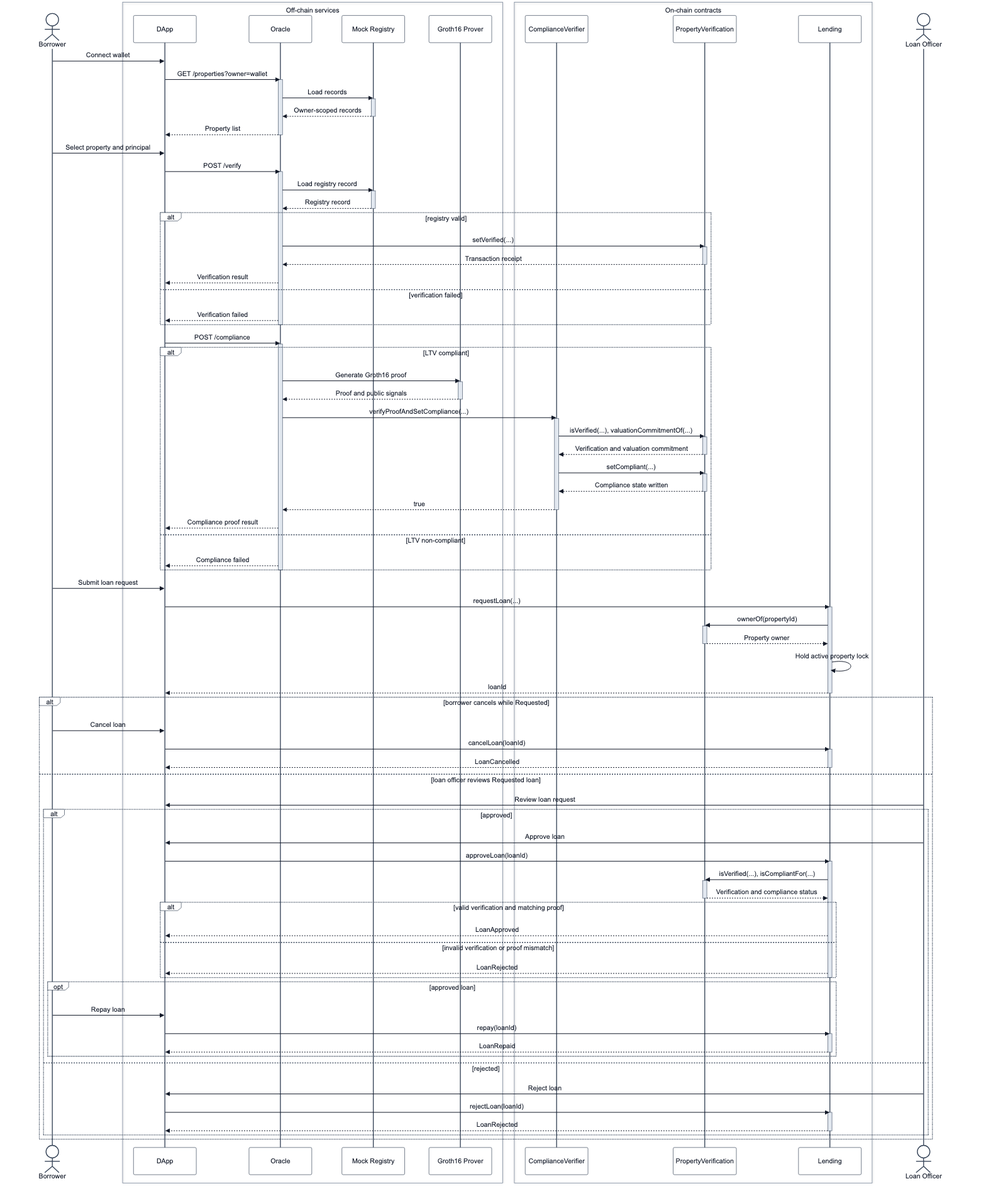
The Mermaid diagram docs/figures/05-end-to-end-data-flow.png in Alan42x/proofestate, before a commit. Its source is kept beside it as docs/figures/05-end-to-end-data-flow.mmd.
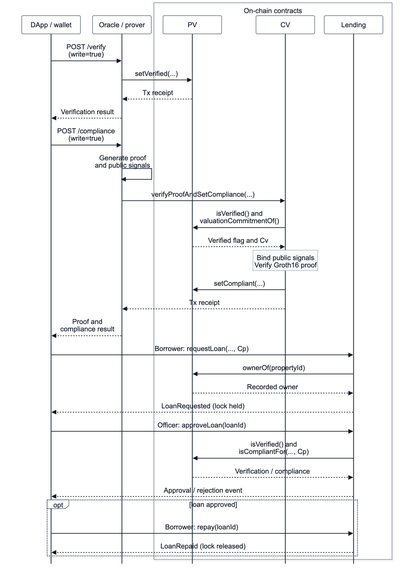
Above is the later version.

What changed in the source:
```diff
@@ -1,117 +1,37 @@
-%%{init: {"theme": "base", "sequence": {"mirrorActors": true, "actorMargin": 58, "messageMargin": 46, "boxMargin": 10, "boxTextMargin": 6}, "themeVariables": {"fontFamily": "Arial", "fontSize": "15px", "primaryColor": "#ffffff", "primaryTextColor": "#111827", "primaryBorderColor": "#64748b", "lineColor": "#475569", "actorBkg": "#ffffff", "actorBorder": "#334155", "actorTextColor": "#111827", "activationBkgColor": "#e2e8f0", "activationBorderColor": "#475569", "sequenceNumberColor": "#111827"}}}%%
+%%{init: {"theme": "base", "sequence": {"mirrorActors": false, "actorMargin": 22, "width": 135, "height": 42, "messageMargin": 14, "boxMargin": 8, "boxTextMargin": 5, "noteMargin": 6, "wrap": false, "actorFontSize": 18, "messageFontSize": 18, "noteFontSize": 17, "rightAngles": true}, "themeVariables": {"fontFamily": "Arial", "fontSize": "18px", "primaryColor": "#ffffff", "primaryTextColor": "#111827", "primaryBorderColor": "#64748b", "lineColor": "#475569", "actorBkg": "#ffffff", "actorBorder": "#334155", "actorTextColor": "#111827", "activationBkgColor": "#e2e8f0", "activationBorderColor": "#475569", "sequenceNumberColor": "#111827", "noteBkgColor": "#f8fafc", "noteBorderColor": "#94a3b8", "noteTextColor": "#111827"}}}%%
 sequenceDiagram
-  actor Borrower
-  box Off-chain services
-    participant DApp
-    participant Oracle
-    participant MockRegistry as Mock Registry
-    participant Groth16Prover as Groth16 Prover
-  end
+  participant DApp as DApp / wallet
+  participant Oracle as Oracle / prover
   box On-chain contracts
-    participant ComplianceVerifier
-    participant PropertyVerification
+    participant PV
+    participant CV
     participant Lending
   end
-  actor LoanOfficer as Loan Officer
 
-  Borrower->>DApp: Connect wallet
-  DApp->>Oracle: GET /properties?owner=wallet
-  activate Oracle
-  Oracle->>MockRegistry: Load records
-  activate MockRegistry
-  MockRegistry-->>Oracle: Owner-scoped records
-  deactivate MockRegistry
-  Oracle-->>DApp: Property list
-  deactivate Oracle
-  Borrower->>DApp: Select property and principal
+  DApp->>Oracle: POST /verify<br/>(write=true)
+  Oracle->>PV: setVerified(...)
+  PV-->>Oracle: Tx receipt
+  Oracle-->>DApp: Verification result
 
-  DApp->>Oracle: POST /verify
-  activate Oracle
-  Oracle->>MockRegistry: Load registry record
-  activate MockRegistry
-  MockRegistry-->>Oracle: Registry record
-  deactivate MockRegistry
-  alt registry valid
-    Oracle->>PropertyVerification: setVerified(...)
-    activate PropertyVerification
-    PropertyVerification-->>Oracle: Transaction receipt
-    deactivate PropertyVerification
-    Oracle-->>DApp: Verification result
-  else verification failed
-    Oracle-->>DApp: Verification failed
+  DApp->>Oracle: POST /compliance<br/>(write=true)
+  Oracle->>Oracle: Generate proof<br/>and public signals
+  Oracle->>CV: verifyProofAndSetCompliance(...)
+  CV->>PV: isVerified() and<br/>valuationCommitmentOf()
+  PV-->>CV: Verified flag and Cv
+  Note over CV: Bind public signals<br/>Verify Groth16 proof
+  CV->>PV: setCompliant(...)
+  CV-->>Oracle: Tx receipt
+  Oracle-->>DApp: Proof and<br/>compliance result
+
+  DApp->>Lending: Borrower: requestLoan(..., Cp)
+  Lending->>PV: ownerOf(propertyId)
+  PV-->>Lending: Recorded owner
+  Lending-->>DApp: LoanRequested (lock held)
+  DApp->>Lending: Officer: approveLoan(loanId)
+  Lending->>PV: isVerified() and<br/>isCompliantFor(..., Cp)
+  PV-->>Lending: Verification / compliance
+  Lending-->>DApp: Approval / rejection event
+  opt loan approved
+    DApp->>Lending: Borrower: repay(loanId)
+    Lending-->>DApp: LoanRepaid (lock released)
   end
-  deactivate Oracle
-
-  DApp->>Oracle: POST /compliance
-  activate Oracle
-  alt LTV compliant
-    Oracle->>Groth16Prover: Generate Groth16 proof
-    activate Groth16Prover
-    Groth16Prover-->>Oracle: Proof and public signals
-    deactivate Groth16Prover
-    Oracle->>ComplianceVerifier: verifyProofAndSetCompliance(...)
-    activate ComplianceVerifier
-    ComplianceVerifier->>PropertyVerification: isVerified(...), valuationCommitmentOf(...)
-    activate PropertyVerification
-    PropertyVerification-->>ComplianceVerifier: Verification and valuation commitment
-    deactivate PropertyVerification
-    ComplianceVerifier->>PropertyVerification: setCompliant(...)
-    activate PropertyVerification
-    PropertyVerification-->>ComplianceVerifier: Compliance state written
-    deactivate PropertyVerification
-    ComplianceVerifier-->>Oracle: true
-    deactivate ComplianceVerifier
-    Oracle-->>DApp: Compliance proof result
-  else LTV non-compliant
-    Oracle-->>DApp: Compliance failed
-  end
-  deactivate Oracle
-
-  Borrower->>DApp: Submit loan request
-  DApp->>Lending: requestLoan(...)
-  activate Lending
-  Lending->>PropertyVerification: ownerOf(propertyId)
-  activate PropertyVerification
-  PropertyVerification-->>Lending: Property owner
-  deactivate PropertyVerification
-  Lending->>Lending: Hold active property lock
-  Lending-->>DApp: loanId
-  deactivate Lending
-
-  alt borrower cancels while Requested
-    Borrower->>DApp: Cancel loan
-    DApp->>Lending: cancelLoan(loanId)
-    activate Lending
-    Lending-->>DApp: LoanCancelled
-    deactivate Lending
-  else loan officer reviews Requested loan
-    LoanOfficer->>DApp: Review loan request
-    alt approved
-      LoanOfficer->>DApp: Approve loan
-      DApp->>Lending: approveLoan(loanId)
-      activate Lending
-      Lending->>PropertyVerification: isVerified(...), isCompliantFor(...)
-      activate PropertyVerification
-      PropertyVerification-->>Lending: Verification and compliance status
-      deactivate PropertyVerification
-      alt valid verification and matching proof
-        Lending-->>DApp: LoanApproved
-      else invalid verification or proof mismatch
-        Lending-->>DApp: LoanRejected
-      end
-      deactivate Lending
-      opt approved loan
-        Borrower->>DApp: Repay loan
-        DApp->>Lending: repay(loanId)
-        activate Lending
-        Lending-->>DApp: LoanRepaid
-        deactivate Lending
-      end
-    else rejected
-      LoanOfficer->>DApp: Reject loan
-      DApp->>Lending: rejectLoan(loanId)
-      activate Lending
-      Lending-->>DApp: LoanRejected
-      deactivate Lending
-    end
-  end
```
